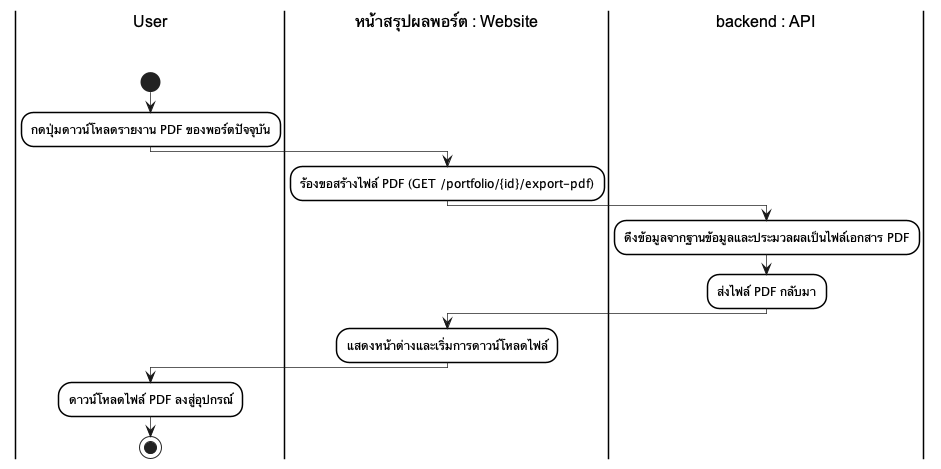
Before: docs/diagrams/images/activity/activity_08_download_pdf.png, a diagram exported from PlantUML (Anatta-at/my-portfolio-app).
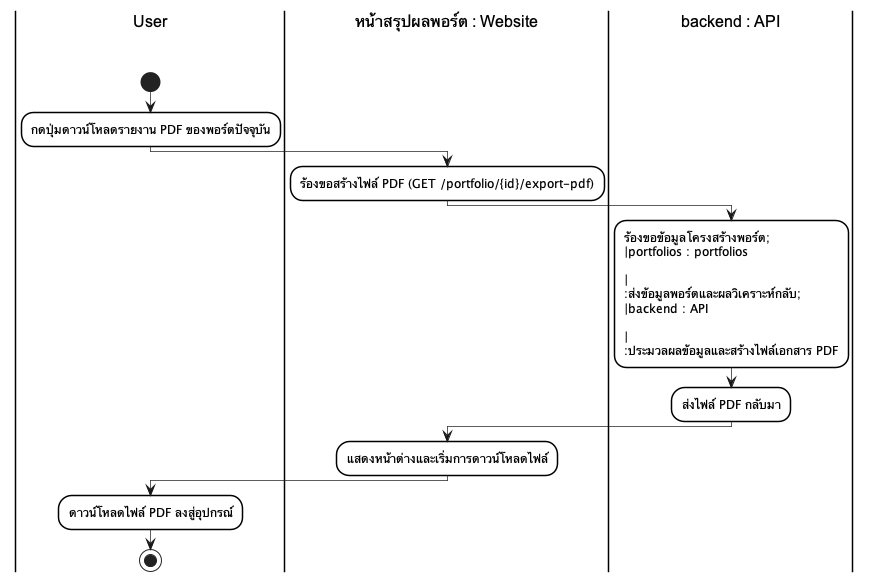
After the commit.

Diff of the diagram source:
```diff
@@ -23,7 +23,7 @@
 |หน้าสรุปผลพอร์ต : Website\n\n|
 :ร้องขอสร้างไฟล์ PDF (GET /portfolio/{id}/export-pdf);
 |backend : API\n\n|
-:ดึงข้อมูลจากฐานข้อมูลและประมวลผลเป็นไฟล์เอกสาร PDF;
+:ร้องขอข้อมูลโครงสร้างพอร์ต;\n|portfolios : portfolios\n\n|\n:ส่งข้อมูลพอร์ตและผลวิเคราะห์กลับ;\n|backend : API\n\n|\n:ประมวลผลข้อมูลและสร้างไฟล์เอกสาร PDF;
 :ส่งไฟล์ PDF กลับมา;
 |หน้าสรุปผลพอร์ต : Website\n\n|
 :แสดงหน้าต่างและเริ่มการดาวน์โหลดไฟล์;
```
